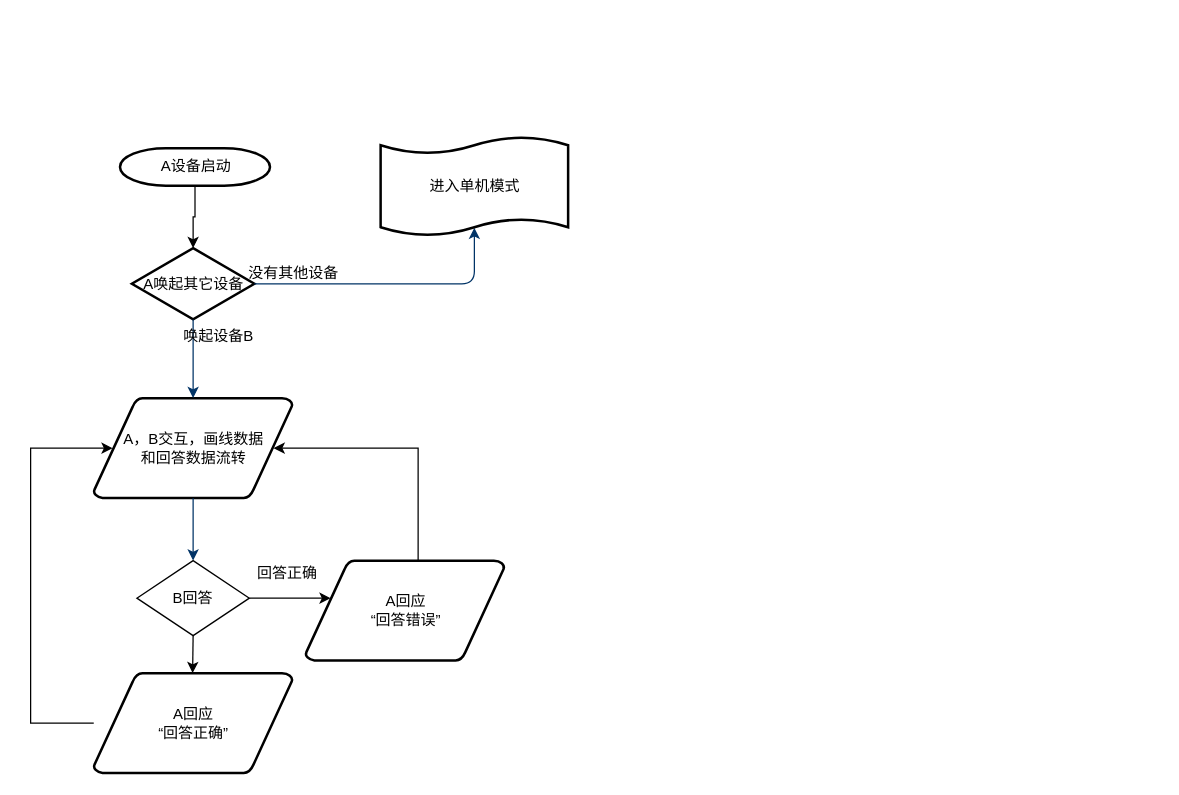
Above: Untitled Diagram.drawio in DDtime123/uml_diagram (draw.io), before the change. Source tidied: cells renumbered, new cells numbered last; positions are measured from the earlier drawing's top-left corner, leaving out a move shared by most shapes. Both pictures are drawn from the tidied source at 125%, with x=0, y=0 at pixel (30, 135).
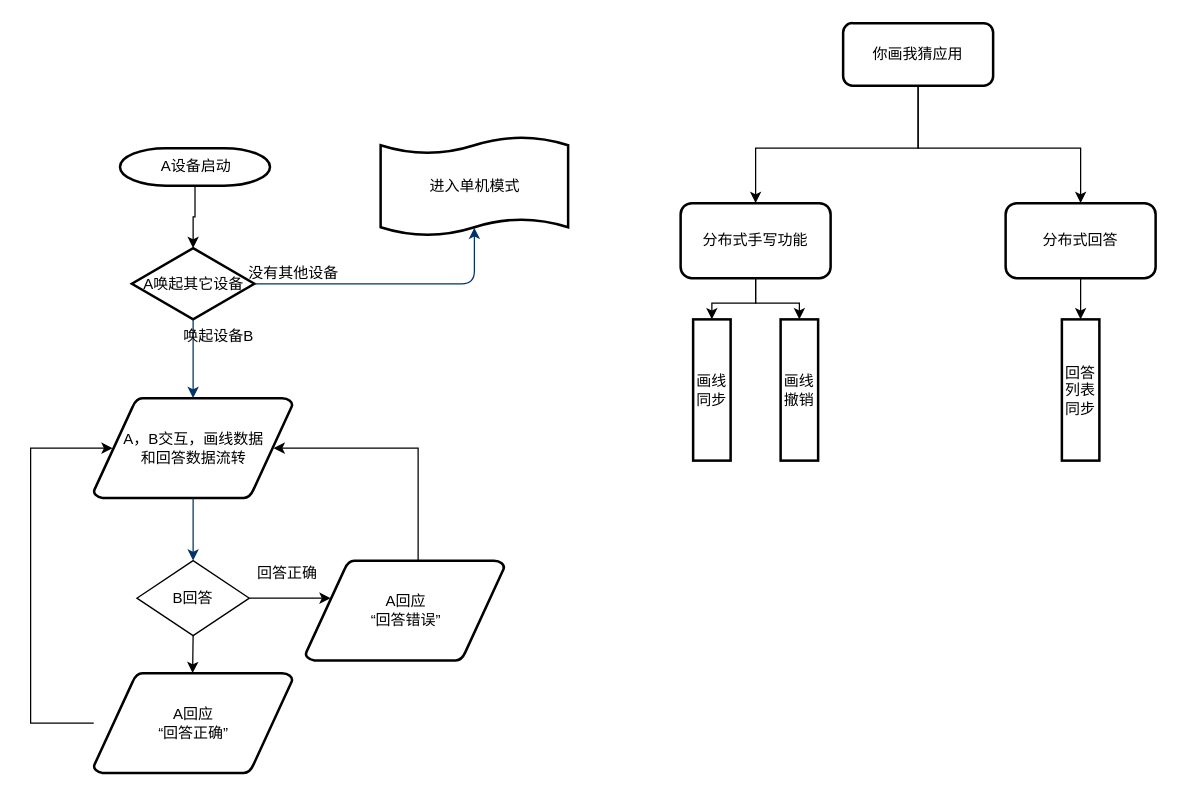
Above is the later version.

What changed in the source:
```diff
@@
+    <mxCell id="20" style="edgeStyle=orthogonalEdgeStyle;rounded=0;jettySize=auto;html=1;entryX=0.5;entryY=0;entryDx=0;entryDy=0;" parent="1" edge="1" source="22" target="25">
+      <mxGeometry relative="1" as="geometry">
+        <Array as="points">
+          <mxPoint x="710" y="10" />
+          <mxPoint x="580" y="10" />
+        </Array>
+      </mxGeometry>
+    </mxCell>
+    <mxCell id="21" style="edgeStyle=orthogonalEdgeStyle;rounded=0;jettySize=auto;html=1;entryX=0.5;entryY=0;entryDx=0;entryDy=0;" parent="1" edge="1" source="22" target="27">
+      <mxGeometry relative="1" as="geometry">
+        <Array as="points">
+          <mxPoint x="710" y="10" />
+          <mxPoint x="840" y="10" />
+        </Array>
+      </mxGeometry>
+    </mxCell>
+    <mxCell id="22" value="你画我猜应用" style="rounded=1;whiteSpace=wrap;html=1;strokeWidth=2;glass=0;shadow=0;sketch=0;" parent="1" vertex="1">
+      <mxGeometry x="650" y="-90" width="120" height="50" as="geometry" />
+    </mxCell>
+    <mxCell id="23" style="edgeStyle=orthogonalEdgeStyle;rounded=0;jettySize=auto;html=1;entryX=0.5;entryY=0;entryDx=0;entryDy=0;" parent="1" edge="1" source="25" target="28">
+      <mxGeometry relative="1" as="geometry" />
+    </mxCell>
+    <mxCell id="24" style="edgeStyle=orthogonalEdgeStyle;rounded=0;jettySize=auto;html=1;entryX=0.5;entryY=0;entryDx=0;entryDy=0;" parent="1" edge="1" source="25" target="29">
+      <mxGeometry relative="1" as="geometry" />
+    </mxCell>
+    <mxCell id="25" value="分布式手写功能" style="rounded=1;whiteSpace=wrap;html=1;strokeWidth=2;glass=0;shadow=0;sketch=0;" parent="1" vertex="1">
+      <mxGeometry x="520" y="54" width="120" height="60" as="geometry" />
+    </mxCell>
+    <mxCell id="26" style="edgeStyle=orthogonalEdgeStyle;rounded=0;jettySize=auto;html=1;" parent="1" edge="1" source="27" target="30">
+      <mxGeometry relative="1" as="geometry" />
+    </mxCell>
+    <mxCell id="27" value="分布式回答" style="rounded=1;whiteSpace=wrap;html=1;strokeWidth=2;glass=0;shadow=0;sketch=0;" parent="1" vertex="1">
+      <mxGeometry x="780" y="54" width="120" height="60" as="geometry" />
+    </mxCell>
+    <mxCell id="28" value="画线同步" style="rounded=0;whiteSpace=wrap;html=1;shadow=0;glass=0;sketch=0;strokeWidth=2;" parent="1" vertex="1">
+      <mxGeometry x="530" y="147" width="30" height="113" as="geometry" />
+    </mxCell>
+    <mxCell id="29" value="画线撤销" style="rounded=0;whiteSpace=wrap;html=1;shadow=0;glass=0;sketch=0;strokeWidth=2;" parent="1" vertex="1">
+      <mxGeometry x="600" y="147" width="30" height="113" as="geometry" />
+    </mxCell>
+    <mxCell id="30" value="回答列表同步" style="rounded=0;whiteSpace=wrap;html=1;shadow=0;glass=0;sketch=0;strokeWidth=2;" parent="1" vertex="1">
+      <mxGeometry x="825" y="147" width="30" height="113" as="geometry" />
+    </mxCell>
```
